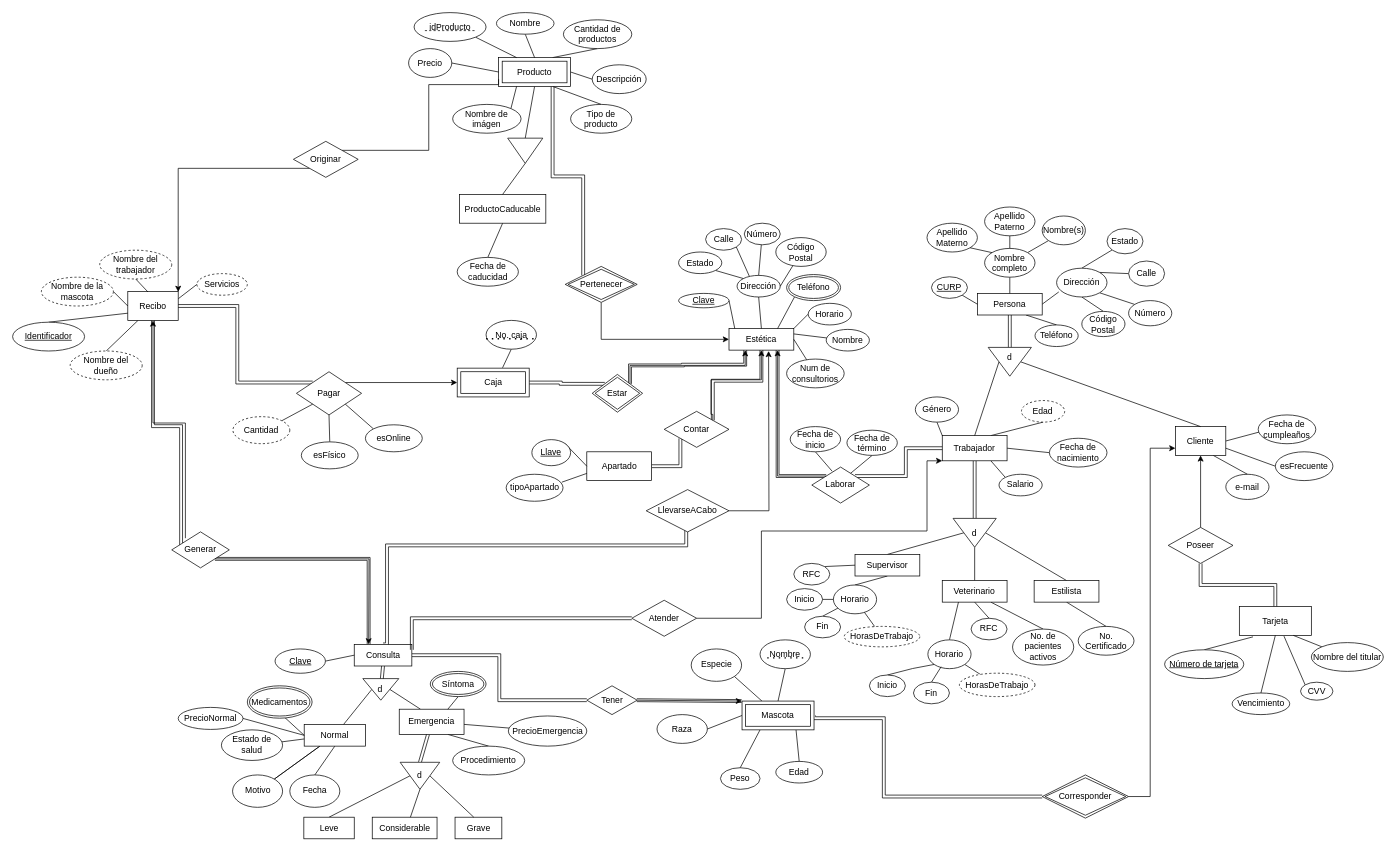
This is ERAlfa.drawio from FBD-Alfa/Practica03, a draw.io file, before an edit. Source tidied: cells renumbered, new cells numbered last; positions are measured from the earlier drawing's top-left corner, leaving out a move shared by most shapes. Both pictures are drawn from the tidied source at 72%, with x=0, y=0 at pixel (12, 12).
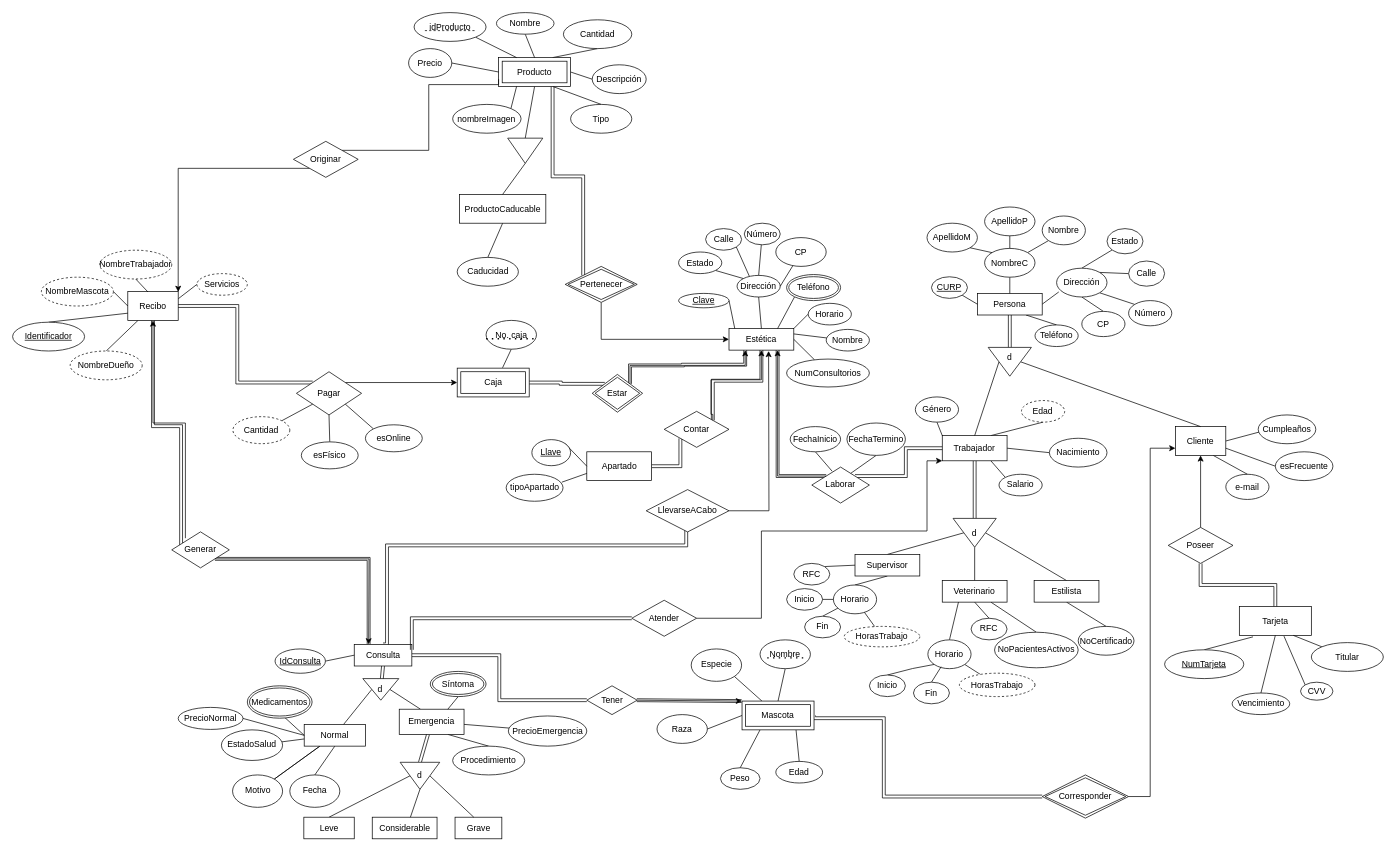
The same diagram, later.

Commit message:
Atributos de una sola palabra

Change to the diagram source:
```diff
@@
-    <mxCell id="15" value="Código Postal" style="ellipse;whiteSpace=wrap;html=1;" parent="1" vertex="1">
+    <mxCell id="15" value="CP" style="ellipse;whiteSpace=wrap;html=1;" parent="1" vertex="1">
       <mxGeometry x="1060" y="312.5" width="70" height="40" as="geometry" />
     </mxCell>
@@
-    <mxCell id="17" value="Num de consultorios" style="ellipse;whiteSpace=wrap;html=1;" parent="1" vertex="1">
-      <mxGeometry x="1075" y="481.2" width="80" height="40" as="geometry" />
+    <mxCell id="17" value="&lt;div&gt;NumConsultorios&lt;/div&gt;" style="ellipse;whiteSpace=wrap;html=1;" parent="1" vertex="1">
+      <mxGeometry x="1075" y="481.2" width="115" height="38.8" as="geometry" />
     </mxCell>
@@
-    <mxCell id="48" value="Estado de salud" style="ellipse;whiteSpace=wrap;html=1;align=center;" parent="1" vertex="1">
+    <mxCell id="48" value="EstadoSalud" style="ellipse;whiteSpace=wrap;html=1;align=center;" parent="1" vertex="1">
       <mxGeometry x="290" y="996.2" width="85" height="42.5" as="geometry" />
     </mxCell>
@@
-    <mxCell id="68" value="Fecha de cumpleaños" style="ellipse;whiteSpace=wrap;html=1;align=center;" parent="1" vertex="1">
+    <mxCell id="68" value="Cumpleaños" style="ellipse;whiteSpace=wrap;html=1;align=center;" parent="1" vertex="1">
       <mxGeometry x="1730" y="558.8" width="80" height="40" as="geometry" />
     </mxCell>
@@
-    <mxCell id="75" value="Nombre del dueño" style="ellipse;whiteSpace=wrap;html=1;align=center;dashed=1;" parent="1" vertex="1">
+    <mxCell id="75" value="NombreDueño" style="ellipse;whiteSpace=wrap;html=1;align=center;dashed=1;" parent="1" vertex="1">
       <mxGeometry x="80" y="470" width="100" height="40" as="geometry" />
     </mxCell>
@@
-    <mxCell id="77" value="Nombre de la mascota" style="ellipse;whiteSpace=wrap;html=1;align=center;dashed=1;" parent="1" vertex="1">
+    <mxCell id="77" value="NombreMascota" style="ellipse;whiteSpace=wrap;html=1;align=center;dashed=1;" parent="1" vertex="1">
       <mxGeometry x="40" y="367.5" width="100" height="40" as="geometry" />
     </mxCell>
@@
-    <mxCell id="79" value="Nombre del trabajador" style="ellipse;whiteSpace=wrap;html=1;align=center;dashed=1;" parent="1" vertex="1">
+    <mxCell id="79" value="NombreTrabajador" style="ellipse;whiteSpace=wrap;html=1;align=center;dashed=1;" parent="1" vertex="1">
       <mxGeometry x="121" y="330" width="100" height="40" as="geometry" />
     </mxCell>
@@
-    <mxCell id="96" value="Nombre completo" style="ellipse;whiteSpace=wrap;html=1;align=center;" parent="1" vertex="1">
+    <mxCell id="96" value="NombreC" style="ellipse;whiteSpace=wrap;html=1;align=center;" parent="1" vertex="1">
       <mxGeometry x="1350" y="327.5" width="70" height="40" as="geometry" />
     </mxCell>
@@
-    <mxCell id="98" value="Apellido Materno" style="ellipse;whiteSpace=wrap;html=1;align=center;" parent="1" vertex="1">
+    <mxCell id="98" value="&lt;div&gt;ApellidoM&lt;/div&gt;" style="ellipse;whiteSpace=wrap;html=1;align=center;" parent="1" vertex="1">
       <mxGeometry x="1270" y="292.5" width="70" height="40" as="geometry" />
     </mxCell>
@@
-    <mxCell id="100" value="Apellido Paterno" style="ellipse;whiteSpace=wrap;html=1;align=center;" parent="1" vertex="1">
+    <mxCell id="100" value="ApellidoP" style="ellipse;whiteSpace=wrap;html=1;align=center;" parent="1" vertex="1">
       <mxGeometry x="1350" y="270" width="70" height="40" as="geometry" />
     </mxCell>
-    <mxCell id="101" value="Nombre(s)" style="ellipse;whiteSpace=wrap;html=1;align=center;" parent="1" vertex="1">
+    <mxCell id="101" value="Nombre" style="ellipse;whiteSpace=wrap;html=1;align=center;" parent="1" vertex="1">
       <mxGeometry x="1430" y="282.5" width="60" height="40" as="geometry" />
     </mxCell>
@@
-    <mxCell id="115" value="Código Postal" style="ellipse;whiteSpace=wrap;html=1;align=center;" parent="1" vertex="1">
+    <mxCell id="115" value="CP" style="ellipse;whiteSpace=wrap;html=1;align=center;" parent="1" vertex="1">
       <mxGeometry x="1485" y="415" width="60" height="35" as="geometry" />
     </mxCell>
@@
-    <mxCell id="144" value="No. de pacientes activos" style="ellipse;whiteSpace=wrap;html=1;align=center;" parent="1" vertex="1">
-      <mxGeometry x="1388.8" y="856.2" width="85" height="50" as="geometry" />
+    <mxCell id="144" value="NoPacientesActivos" style="ellipse;whiteSpace=wrap;html=1;align=center;" parent="1" vertex="1">
+      <mxGeometry x="1363.8" y="860.6" width="116.2" height="49.4" as="geometry" />
     </mxCell>
@@
-    <mxCell id="149" value="No. Certificado" style="ellipse;whiteSpace=wrap;html=1;align=center;" parent="1" vertex="1">
+    <mxCell id="149" value="NoCertificado" style="ellipse;whiteSpace=wrap;html=1;align=center;" parent="1" vertex="1">
       <mxGeometry x="1480" y="852.5" width="77.5" height="40" as="geometry" />
     </mxCell>
@@
-    <mxCell id="162" value="Tipo de producto" style="ellipse;whiteSpace=wrap;html=1;align=center;" parent="1" vertex="1">
+    <mxCell id="162" value="Tipo" style="ellipse;whiteSpace=wrap;html=1;align=center;" parent="1" vertex="1">
       <mxGeometry x="775" y="127.5" width="85" height="40" as="geometry" />
     </mxCell>
@@
-    <mxCell id="164" value="Cantidad de productos" style="ellipse;whiteSpace=wrap;html=1;align=center;" parent="1" vertex="1">
+    <mxCell id="164" value="Cantidad" style="ellipse;whiteSpace=wrap;html=1;align=center;" parent="1" vertex="1">
       <mxGeometry x="765" y="10" width="95" height="40" as="geometry" />
     </mxCell>
@@
-    <mxCell id="167" value="Fecha de caducidad" style="ellipse;whiteSpace=wrap;html=1;align=center;" parent="1" vertex="1">
+    <mxCell id="167" value="Caducidad" style="ellipse;whiteSpace=wrap;html=1;align=center;" parent="1" vertex="1">
       <mxGeometry x="617.5" y="340" width="85" height="40" as="geometry" />
     </mxCell>
@@
-    <mxCell id="180" value="Nombre del titular" style="ellipse;whiteSpace=wrap;html=1;align=center;" parent="1" vertex="1">
+    <mxCell id="180" value="Titular" style="ellipse;whiteSpace=wrap;html=1;align=center;" parent="1" vertex="1">
       <mxGeometry x="1803.8" y="875" width="100" height="40" as="geometry" />
     </mxCell>
@@
-    <mxCell id="185" value="Nombre de imágen" style="ellipse;whiteSpace=wrap;html=1;align=center;" parent="1" vertex="1">
+    <mxCell id="185" value="&lt;div&gt;nombreImagen&lt;/div&gt;" style="ellipse;whiteSpace=wrap;html=1;align=center;" parent="1" vertex="1">
       <mxGeometry x="611.2" y="127.5" width="95" height="40" as="geometry" />
     </mxCell>
@@
-    <mxCell id="189" value="Clave" style="ellipse;whiteSpace=wrap;html=1;align=center;fontStyle=4;" parent="1" vertex="1">
+    <mxCell id="189" value="IdConsulta" style="ellipse;whiteSpace=wrap;html=1;align=center;fontStyle=4;" parent="1" vertex="1">
       <mxGeometry x="364.5" y="883.8" width="70" height="33.8" as="geometry" />
     </mxCell>
-    <mxCell id="190" value="Número de tarjeta" style="ellipse;whiteSpace=wrap;html=1;align=center;fontStyle=4;" parent="1" vertex="1">
+    <mxCell id="190" value="NumTarjeta" style="ellipse;whiteSpace=wrap;html=1;align=center;fontStyle=4;" parent="1" vertex="1">
       <mxGeometry x="1600" y="885" width="110" height="40" as="geometry" />
     </mxCell>
@@
-    <mxCell id="231" value="Fecha de inicio" style="ellipse;whiteSpace=wrap;html=1;align=center;" parent="1" vertex="1">
+    <mxCell id="231" value="FechaInicio" style="ellipse;whiteSpace=wrap;html=1;align=center;" parent="1" vertex="1">
       <mxGeometry x="1080" y="575" width="70" height="35" as="geometry" />
     </mxCell>
-    <mxCell id="232" value="Fecha de término" style="ellipse;whiteSpace=wrap;html=1;align=center;" parent="1" vertex="1">
-      <mxGeometry x="1158.8" y="580" width="70" height="35" as="geometry" />
+    <mxCell id="232" value="FechaTermino" style="ellipse;whiteSpace=wrap;html=1;align=center;" parent="1" vertex="1">
+      <mxGeometry x="1158.8" y="570" width="81.2" height="45" as="geometry" />
     </mxCell>
@@
-    <mxCell id="236" value="Fecha de nacimiento" style="ellipse;whiteSpace=wrap;html=1;align=center;" parent="1" vertex="1">
+    <mxCell id="236" value="Nacimiento" style="ellipse;whiteSpace=wrap;html=1;align=center;" parent="1" vertex="1">
       <mxGeometry x="1440" y="591.2" width="80" height="40" as="geometry" />
     </mxCell>
@@
-    <mxCell id="242" value="HorasDeTrabajo" style="ellipse;whiteSpace=wrap;html=1;align=center;dashed=1;" parent="1" vertex="1">
+    <mxCell id="242" value="HorasTrabajo" style="ellipse;whiteSpace=wrap;html=1;align=center;dashed=1;" parent="1" vertex="1">
       <mxGeometry x="1315" y="917.5" width="105" height="32.5" as="geometry" />
     </mxCell>
@@
-    <mxCell id="244" value="HorasDeTrabajo" style="ellipse;whiteSpace=wrap;html=1;align=center;dashed=1;" parent="1" vertex="1">
+    <mxCell id="244" value="HorasTrabajo" style="ellipse;whiteSpace=wrap;html=1;align=center;dashed=1;" parent="1" vertex="1">
       <mxGeometry x="1155" y="852.5" width="105" height="28.4" as="geometry" />
     </mxCell>
```
